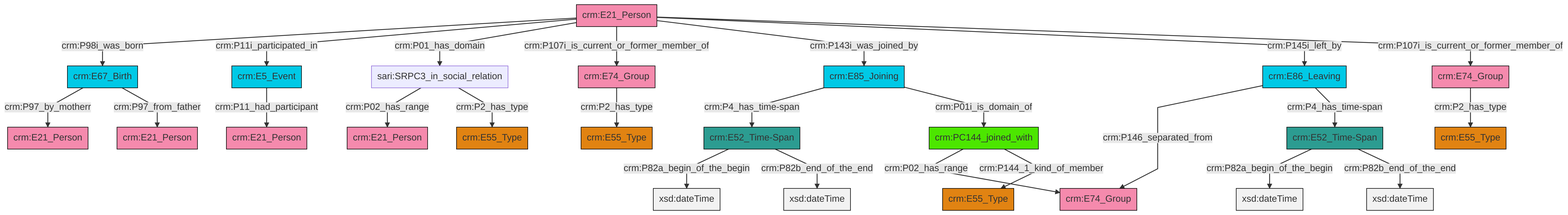
The Mermaid diagram et/personCSV/ttl/mmd/png/Person_Actor_Relations.png in swiss-art-research-net/reference-data-models, before a commit. Its source is kept beside it as et/personCSV/ttl/mmd/Person_Actor_Relations.ttl.mmd.
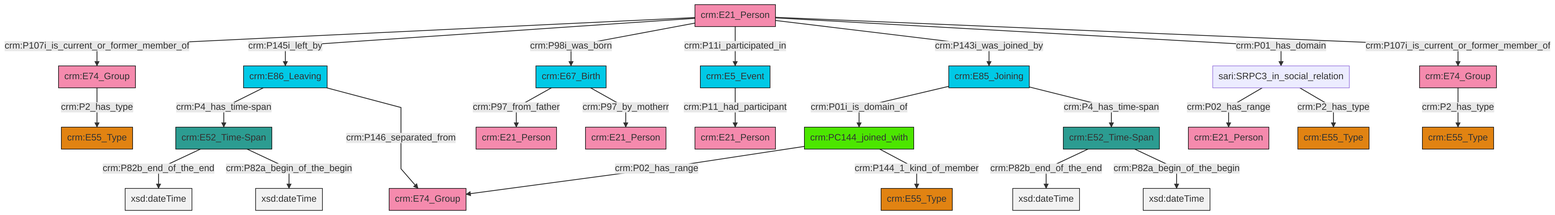
After the change.

The edit, as a diff of the source:
```diff
@@ -13,27 +13,27 @@
 classDef PC_Classes fill:#4ce600, stroke:#000000;
 classDef Multi fill:#cccccc,stroke:#000000;
 
-0["crm:E85_Joining"]:::Temporal_Entity -->|crm:P4_has_time-span| 1["crm:E52_Time-Span"]:::Time-Span
-10["crm:E21_Person"]:::Actor -->|crm:P98i_was_born| 11["crm:E67_Birth"]:::Temporal_Entity
-10["crm:E21_Person"]:::Actor -->|crm:P11i_participated_in| 14["crm:E5_Event"]:::Temporal_Entity
-2["sari:SRPC3_in_social_relation"]:::Default -->|crm:P02_has_range| 15["crm:E21_Person"]:::Actor
-0["crm:E85_Joining"]:::Temporal_Entity -->|crm:P01i_is_domain_of| 8["crm:PC144_joined_with"]:::PC_Classes
-17["crm:E86_Leaving"]:::Temporal_Entity -->|crm:P146_separated_from| 24["crm:E74_Group"]:::Actor
-8["crm:PC144_joined_with"]:::PC_Classes -->|crm:P02_has_range| 24["crm:E74_Group"]:::Actor
-27["crm:E52_Time-Span"]:::Time-Span -->|crm:P82a_begin_of_the_begin| 28[xsd:dateTime]:::Literal
-2["sari:SRPC3_in_social_relation"]:::Default -->|crm:P2_has_type| 4["crm:E55_Type"]:::Type
-10["crm:E21_Person"]:::Actor -->|crm:P01_has_domain| 2["sari:SRPC3_in_social_relation"]:::Default
-1["crm:E52_Time-Span"]:::Time-Span -->|crm:P82a_begin_of_the_begin| 30[xsd:dateTime]:::Literal
-14["crm:E5_Event"]:::Temporal_Entity -->|crm:P11_had_participant| 33["crm:E21_Person"]:::Actor
-10["crm:E21_Person"]:::Actor -->|crm:P107i_is_current_or_former_member_of| 34["crm:E74_Group"]:::Actor
-10["crm:E21_Person"]:::Actor -->|crm:P143i_was_joined_by| 0["crm:E85_Joining"]:::Temporal_Entity
-20["crm:E74_Group"]:::Actor -->|crm:P2_has_type| 36["crm:E55_Type"]:::Type
-10["crm:E21_Person"]:::Actor -->|crm:P145i_left_by| 17["crm:E86_Leaving"]:::Temporal_Entity
-27["crm:E52_Time-Span"]:::Time-Span -->|crm:P82b_end_of_the_end| 39[xsd:dateTime]:::Literal
-34["crm:E74_Group"]:::Actor -->|crm:P2_has_type| 37["crm:E55_Type"]:::Type
-17["crm:E86_Leaving"]:::Temporal_Entity -->|crm:P4_has_time-span| 27["crm:E52_Time-Span"]:::Time-Span
-10["crm:E21_Person"]:::Actor -->|crm:P107i_is_current_or_former_member_of| 20["crm:E74_Group"]:::Actor
-11["crm:E67_Birth"]:::Temporal_Entity -->|crm:P97_by_motherr| 22["crm:E21_Person"]:::Actor
-11["crm:E67_Birth"]:::Temporal_Entity -->|crm:P97_from_father| 31["crm:E21_Person"]:::Actor
-1["crm:E52_Time-Span"]:::Time-Span -->|crm:P82b_end_of_the_end| 43[xsd:dateTime]:::Literal
-8["crm:PC144_joined_with"]:::PC_Classes -->|crm:P144_1_kind_of_member| 6["crm:E55_Type"]:::Type
+2["crm:E74_Group"]:::Actor -->|crm:P2_has_type| 3["crm:E55_Type"]:::Type
+4["crm:E86_Leaving"]:::Temporal_Entity -->|crm:P4_has_time-span| 5["crm:E52_Time-Span"]:::Time-Span
+6["crm:E85_Joining"]:::Temporal_Entity -->|crm:P01i_is_domain_of| 7["crm:PC144_joined_with"]:::PC_Classes
+9["crm:E52_Time-Span"]:::Time-Span -->|crm:P82b_end_of_the_end| 10[xsd:dateTime]:::Literal
+5["crm:E52_Time-Span"]:::Time-Span -->|crm:P82b_end_of_the_end| 11[xsd:dateTime]:::Literal
+6["crm:E85_Joining"]:::Temporal_Entity -->|crm:P4_has_time-span| 9["crm:E52_Time-Span"]:::Time-Span
+18["crm:E5_Event"]:::Temporal_Entity -->|crm:P11_had_participant| 14["crm:E21_Person"]:::Actor
+19["sari:SRPC3_in_social_relation"]:::Default -->|crm:P02_has_range| 20["crm:E21_Person"]:::Actor
+7["crm:PC144_joined_with"]:::PC_Classes -->|crm:P02_has_range| 0["crm:E74_Group"]:::Actor
+9["crm:E52_Time-Span"]:::Time-Span -->|crm:P82a_begin_of_the_begin| 22[xsd:dateTime]:::Literal
+5["crm:E52_Time-Span"]:::Time-Span -->|crm:P82a_begin_of_the_begin| 23[xsd:dateTime]:::Literal
+28["crm:E21_Person"]:::Actor -->|crm:P107i_is_current_or_former_member_of| 2["crm:E74_Group"]:::Actor
+28["crm:E21_Person"]:::Actor -->|crm:P145i_left_by| 4["crm:E86_Leaving"]:::Temporal_Entity
+28["crm:E21_Person"]:::Actor -->|crm:P98i_was_born| 16["crm:E67_Birth"]:::Temporal_Entity
+28["crm:E21_Person"]:::Actor -->|crm:P11i_participated_in| 18["crm:E5_Event"]:::Temporal_Entity
+16["crm:E67_Birth"]:::Temporal_Entity -->|crm:P97_from_father| 31["crm:E21_Person"]:::Actor
+7["crm:PC144_joined_with"]:::PC_Classes -->|crm:P144_1_kind_of_member| 34["crm:E55_Type"]:::Type
+19["sari:SRPC3_in_social_relation"]:::Default -->|crm:P2_has_type| 24["crm:E55_Type"]:::Type
+28["crm:E21_Person"]:::Actor -->|crm:P143i_was_joined_by| 6["crm:E85_Joining"]:::Temporal_Entity
+28["crm:E21_Person"]:::Actor -->|crm:P01_has_domain| 19["sari:SRPC3_in_social_relation"]:::Default
+16["crm:E67_Birth"]:::Temporal_Entity -->|crm:P97_by_motherr| 35["crm:E21_Person"]:::Actor
+42["crm:E74_Group"]:::Actor -->|crm:P2_has_type| 12["crm:E55_Type"]:::Type
+28["crm:E21_Person"]:::Actor -->|crm:P107i_is_current_or_former_member_of| 42["crm:E74_Group"]:::Actor
+4["crm:E86_Leaving"]:::Temporal_Entity -->|crm:P146_separated_from| 0["crm:E74_Group"]:::Actor
```
